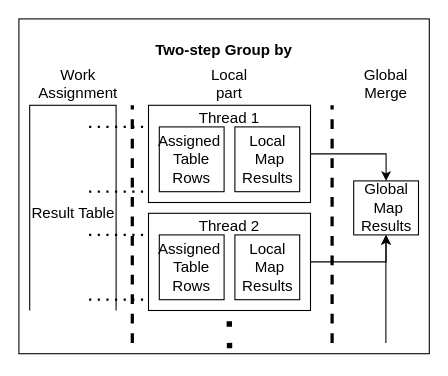
Earlier version of the draw.io diagram page "Two-Step" (6 of 7) of diagrams/QueryObjects.drawio (goramartin/BcThesisText). Source tidied: cells renumbered, new cells numbered last; positions are measured from the earlier drawing's top-left corner, leaving out a move shared by most shapes. Both pictures are drawn from the tidied source at 108%, with x=0, y=0 at pixel (18, 18).
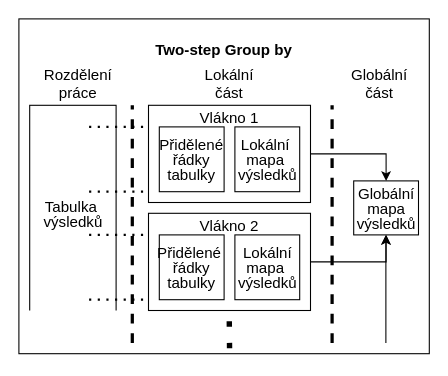
The same diagram, later.

What changed in the source:
```diff
@@
-    <mxCell id="4" value="&lt;p style=&quot;margin: 4px 0px 0px; text-align: center; font-size: 14px;&quot;&gt;Thread 1&lt;/p&gt;" style="verticalAlign=top;align=left;overflow=fill;fontSize=14;fontFamily=CMU Serif;html=1;" parent="1" vertex="1">
+    <mxCell id="4" value="&lt;p style=&quot;margin: 4px 0px 0px ; text-align: center ; font-size: 14px&quot;&gt;Vlákno 1&lt;/p&gt;" style="verticalAlign=top;align=left;overflow=fill;fontSize=14;fontFamily=CMU Serif;html=1;" parent="1" vertex="1">
       <mxGeometry x="120" y="80" width="150" height="90" as="geometry" />
     </mxCell>
@@
-    <mxCell id="6" value="Assigned&amp;nbsp;&lt;br style=&quot;font-size: 14px;&quot;&gt;Table Rows" style="rounded=0;whiteSpace=wrap;html=1;strokeColor=#000000;fontSize=14;fontFamily=CMU Serif;" parent="1" vertex="1">
+    <mxCell id="6" value="&lt;p style=&quot;line-height: 100%&quot;&gt;Přidělené&lt;br&gt;řádky&lt;br&gt;tabulky&lt;/p&gt;" style="rounded=0;whiteSpace=wrap;html=1;strokeColor=#000000;fontSize=14;fontFamily=CMU Serif;" parent="1" vertex="1">
       <mxGeometry x="130" y="100" width="60" height="60" as="geometry" />
     </mxCell>
@@
-    <mxCell id="8" value="&lt;p style=&quot;margin: 4px 0px 0px; text-align: center; font-size: 14px;&quot;&gt;Thread 2&lt;/p&gt;" style="verticalAlign=top;align=left;overflow=fill;fontSize=14;fontFamily=CMU Serif;html=1;" parent="1" vertex="1">
+    <mxCell id="8" value="&lt;p style=&quot;margin: 4px 0px 0px ; text-align: center ; font-size: 14px&quot;&gt;Vlákno 2&lt;/p&gt;" style="verticalAlign=top;align=left;overflow=fill;fontSize=14;fontFamily=CMU Serif;html=1;" parent="1" vertex="1">
       <mxGeometry x="120" y="180" width="150" height="90" as="geometry" />
     </mxCell>
-    <mxCell id="9" value="Assigned&amp;nbsp;&lt;br style=&quot;font-size: 14px;&quot;&gt;Table Rows" style="rounded=0;whiteSpace=wrap;html=1;strokeColor=#000000;fontSize=14;fontFamily=CMU Serif;" parent="1" vertex="1">
+    <mxCell id="9" value="&lt;p style=&quot;line-height: 100%&quot;&gt;Přidělené&amp;nbsp;&lt;br&gt;řádky tabulky&lt;br&gt;&lt;/p&gt;" style="rounded=0;whiteSpace=wrap;html=1;strokeColor=#000000;fontSize=14;fontFamily=CMU Serif;" parent="1" vertex="1">
       <mxGeometry x="130" y="200" width="60" height="60" as="geometry" />
     </mxCell>
-    <mxCell id="10" value="Local part" style="text;html=1;strokeColor=none;fillColor=none;align=center;verticalAlign=middle;whiteSpace=wrap;rounded=0;fontSize=14;fontFamily=CMU Serif;" parent="1" vertex="1">
+    <mxCell id="10" value="Lokální část" style="text;html=1;strokeColor=none;fillColor=none;align=center;verticalAlign=middle;whiteSpace=wrap;rounded=0;fontSize=14;fontFamily=CMU Serif;" parent="1" vertex="1">
       <mxGeometry x="175" y="50" width="40" height="20" as="geometry" />
     </mxCell>
-    <mxCell id="11" value="Global Merge" style="text;html=1;strokeColor=none;fillColor=none;align=center;verticalAlign=middle;whiteSpace=wrap;rounded=0;fontSize=14;fontFamily=CMU Serif;" parent="1" vertex="1">
-      <mxGeometry x="320" y="50" width="40" height="20" as="geometry" />
+    <mxCell id="11" value="Globální část" style="text;html=1;strokeColor=none;fillColor=none;align=center;verticalAlign=middle;whiteSpace=wrap;rounded=0;fontSize=14;fontFamily=CMU Serif;" parent="1" vertex="1">
+      <mxGeometry x="314" y="50" width="40" height="20" as="geometry" />
     </mxCell>
-    <mxCell id="12" value="Local&lt;br style=&quot;font-size: 14px&quot;&gt;&amp;nbsp;Map&lt;br&gt;Results" style="html=1;fontFamily=CMU Serif;fontSize=14;rotation=0;" parent="1" vertex="1">
+    <mxCell id="12" value="&lt;p style=&quot;line-height: 100%&quot;&gt;Lokální&amp;nbsp;&lt;br&gt;mapa&amp;nbsp;&lt;br&gt;výsledků&lt;/p&gt;" style="html=1;fontFamily=CMU Serif;fontSize=14;rotation=0;" parent="1" vertex="1">
       <mxGeometry x="200" y="100" width="60" height="60" as="geometry" />
     </mxCell>
-    <mxCell id="13" value="Local&lt;br style=&quot;font-size: 14px&quot;&gt;&amp;nbsp;Map&lt;br&gt;Results" style="html=1;fontFamily=CMU Serif;fontSize=14;rotation=0;" parent="1" vertex="1">
+    <mxCell id="13" value="&lt;p style=&quot;line-height: 100%&quot;&gt;Lokální&lt;br&gt;mapa&amp;nbsp;&lt;br&gt;výsledků&lt;br&gt;&lt;/p&gt;" style="html=1;fontFamily=CMU Serif;fontSize=14;rotation=0;" parent="1" vertex="1">
       <mxGeometry x="200" y="200" width="60" height="60" as="geometry" />
     </mxCell>
-    <mxCell id="14" value="Work&lt;br&gt;Assignment" style="text;html=1;strokeColor=none;fillColor=none;align=center;verticalAlign=middle;whiteSpace=wrap;rounded=0;fontSize=14;fontFamily=CMU Serif;" parent="1" vertex="1">
+    <mxCell id="14" value="Rozdělení práce" style="text;html=1;strokeColor=none;fillColor=none;align=center;verticalAlign=middle;whiteSpace=wrap;rounded=0;fontSize=14;fontFamily=CMU Serif;" parent="1" vertex="1">
       <mxGeometry x="30" y="50" width="50" height="20" as="geometry" />
     </mxCell>
@@
-    <mxCell id="17" value="Result Table" style="html=1;fontSize=14;fontFamily=CMU Serif;" parent="1" vertex="1">
+    <mxCell id="17" value="&lt;p style=&quot;line-height: 100%&quot;&gt;Tabulka&amp;nbsp;&lt;br&gt;výsledků&lt;br&gt;&lt;/p&gt;" style="html=1;fontSize=14;fontFamily=CMU Serif;" parent="1" vertex="1">
       <mxGeometry x="10" y="80" width="80" height="200" as="geometry" />
     </mxCell>
@@
-    <mxCell id="23" value="Global&lt;br style=&quot;font-size: 14px&quot;&gt;&amp;nbsp;Map&lt;br&gt;Results" style="html=1;fontFamily=CMU Serif;fontSize=14;rotation=0;" parent="1" vertex="1">
+    <mxCell id="23" value="&lt;p style=&quot;line-height: 100%&quot;&gt;Globální&lt;br&gt;mapa&lt;br&gt;výsledků&lt;/p&gt;" style="html=1;fontFamily=CMU Serif;fontSize=14;rotation=0;" parent="1" vertex="1">
       <mxGeometry x="310" y="150" width="60" height="50" as="geometry" />
     </mxCell>
```
